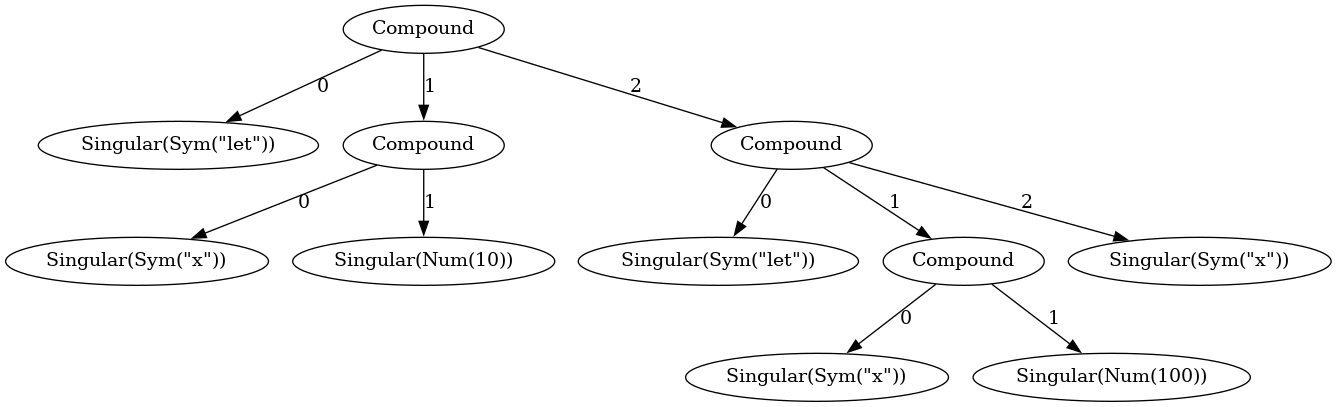
MichaelMMacLeod/lang keeps this Graphviz diagram as implementation/graph.png. Above is the earlier version. Its source is kept beside it as implementation/graph.dot. The source it was exported from:
```dot
digraph {
    0 [ label = "Compound" ]
    1 [ label = "Singular(Sym(\"let\"))" ]
    2 [ label = "Compound" ]
    3 [ label = "Singular(Sym(\"x\"))" ]
    4 [ label = "Singular(Num(10))" ]
    5 [ label = "Compound" ]
    6 [ label = "Singular(Sym(\"let\"))" ]
    7 [ label = "Compound" ]
    8 [ label = "Singular(Sym(\"x\"))" ]
    9 [ label = "Singular(Num(100))" ]
    10 [ label = "Singular(Sym(\"x\"))" ]
    0 -> 1 [ label = "0" ]
    0 -> 2 [ label = "1" ]
    2 -> 3 [ label = "0" ]
    2 -> 4 [ label = "1" ]
    0 -> 5 [ label = "2" ]
    5 -> 6 [ label = "0" ]
    5 -> 7 [ label = "1" ]
    7 -> 8 [ label = "0" ]
    7 -> 9 [ label = "1" ]
    5 -> 10 [ label = "2" ]
}
```
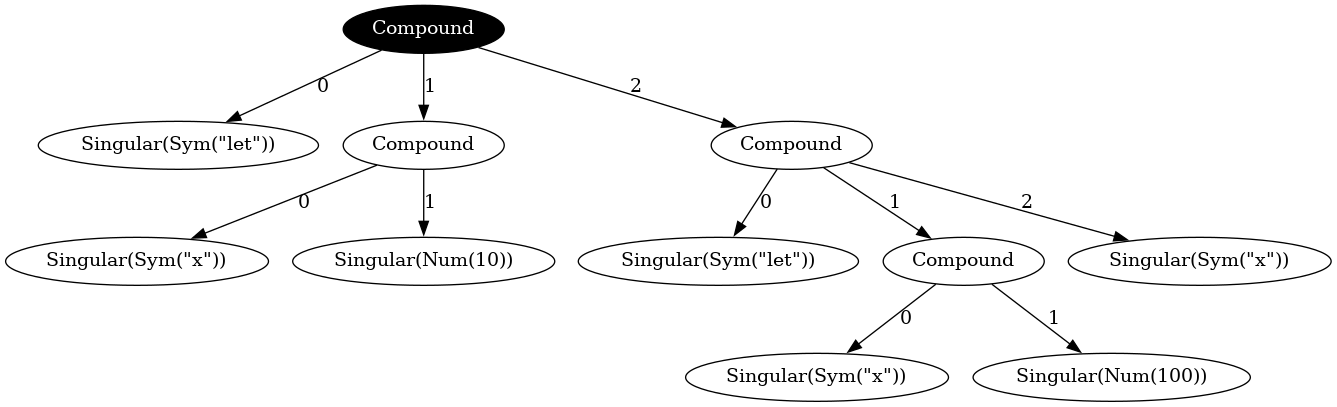
The same diagram one commit later.

Change to the diagram source:
```diff
@@ -1,5 +1,5 @@
 digraph {
-    0 [ label = "Compound" ]
+    0 [ label = "Compound" style=filled color=black fontcolor=white]
     1 [ label = "Singular(Sym(\"let\"))" ]
     2 [ label = "Compound" ]
     3 [ label = "Singular(Sym(\"x\"))" ]
```
